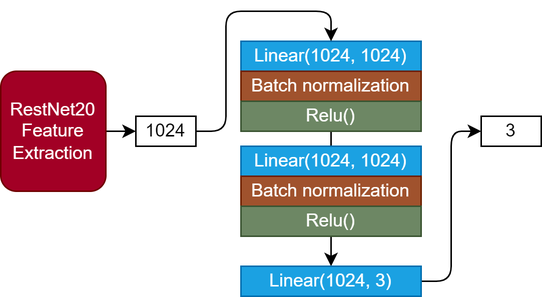
Before: DNN/modelArch/classifier.png, a diagram exported from draw.io (Tsai-chia-hsiang/MLcourseHW). Source tidied: cells renumbered, new cells last; positions are measured from the earlier drawing's top-left corner, leaving out a move shared by most shapes. The source it was exported from:
```xml
<mxGraphModel>
  <root>
    <mxCell id="0" />
    <mxCell id="1" parent="0" />
    <mxCell id="2" value="Linear(1024, 1024)" style="rounded=0;whiteSpace=wrap;html=1;fillColor=#1ba1e2;strokeColor=#006EAF;fontColor=#ffffff;" parent="1" vertex="1">
      <mxGeometry x="160" y="20" width="120" height="20" as="geometry" />
    </mxCell>
    <mxCell id="3" value="Batch normalization" style="rounded=0;whiteSpace=wrap;html=1;fillColor=#a0522d;fontColor=#ffffff;strokeColor=#6D1F00;" parent="1" vertex="1">
      <mxGeometry x="160" y="40" width="120" height="20" as="geometry" />
    </mxCell>
    <mxCell id="4" style="edgeStyle=none;html=1;" parent="1" edge="1" source="5" target="10">
      <mxGeometry relative="1" as="geometry" />
    </mxCell>
    <mxCell id="5" value="Relu()" style="rounded=0;whiteSpace=wrap;html=1;fillColor=#6d8764;fontColor=#ffffff;strokeColor=#3A5431;" parent="1" vertex="1">
      <mxGeometry x="160" y="60" width="120" height="20" as="geometry" />
    </mxCell>
    <mxCell id="6" value="Linear(1024, 1024)" style="rounded=0;whiteSpace=wrap;html=1;fillColor=#1ba1e2;fontColor=#ffffff;strokeColor=#006EAF;" parent="1" vertex="1">
      <mxGeometry x="160" y="90" width="120" height="20" as="geometry" />
    </mxCell>
    <mxCell id="7" value="Batch normalization" style="rounded=0;whiteSpace=wrap;html=1;fillColor=#a0522d;fontColor=#ffffff;strokeColor=#6D1F00;" parent="1" vertex="1">
      <mxGeometry x="160" y="110" width="120" height="20" as="geometry" />
    </mxCell>
    <mxCell id="8" value="Relu()" style="rounded=0;whiteSpace=wrap;html=1;fillColor=#6d8764;fontColor=#ffffff;strokeColor=#3A5431;" parent="1" vertex="1">
      <mxGeometry x="160" y="130" width="120" height="20" as="geometry" />
    </mxCell>
    <mxCell id="9" style="edgeStyle=none;html=1;exitX=1;exitY=0.5;exitDx=0;exitDy=0;entryX=0;entryY=0.5;entryDx=0;entryDy=0;" parent="1" edge="1" source="10" target="11">
      <mxGeometry relative="1" as="geometry">
        <Array as="points">
          <mxPoint x="300" y="180" />
          <mxPoint x="300" y="80" />
        </Array>
      </mxGeometry>
    </mxCell>
    <mxCell id="10" value="Linear(1024, 3)" style="rounded=0;whiteSpace=wrap;html=1;fillColor=#1ba1e2;fontColor=#ffffff;strokeColor=#006EAF;" parent="1" vertex="1">
      <mxGeometry x="160" y="170" width="120" height="20" as="geometry" />
    </mxCell>
    <mxCell id="11" value="3" style="rounded=0;whiteSpace=wrap;html=1;" parent="1" vertex="1">
      <mxGeometry x="320" y="70" width="40" height="20" as="geometry" />
    </mxCell>
    <mxCell id="12" style="edgeStyle=none;html=1;exitX=1;exitY=0.5;exitDx=0;exitDy=0;entryX=0.5;entryY=0;entryDx=0;entryDy=0;strokeColor=default;" parent="1" edge="1" source="13" target="2">
      <mxGeometry relative="1" as="geometry">
        <Array as="points">
          <mxPoint x="150" y="80" />
          <mxPoint x="150" />
          <mxPoint x="220" />
        </Array>
      </mxGeometry>
    </mxCell>
    <mxCell id="13" value="1024" style="rounded=0;whiteSpace=wrap;html=1;" parent="1" vertex="1">
      <mxGeometry x="90" y="70" width="40" height="20" as="geometry" />
    </mxCell>
    <mxCell id="14" style="edgeStyle=none;html=1;exitX=1;exitY=0.5;exitDx=0;exitDy=0;entryX=0;entryY=0.5;entryDx=0;entryDy=0;" parent="1" edge="1" source="15" target="13">
      <mxGeometry relative="1" as="geometry" />
    </mxCell>
    <mxCell id="15" value="RestNet20 &lt;br&gt;Feature Extraction" style="rounded=1;whiteSpace=wrap;html=1;fillColor=#a20025;fontColor=#ffffff;strokeColor=#6F0000;" parent="1" vertex="1">
      <mxGeometry y="40" width="70" height="80" as="geometry" />
    </mxCell>
  </root>
</mxGraphModel>
```
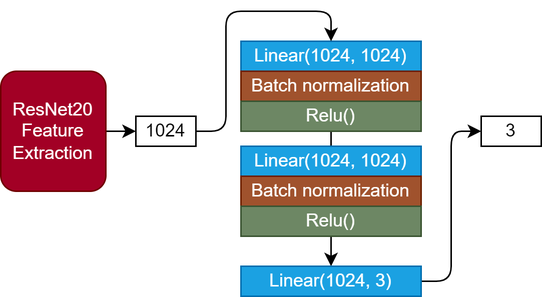
After the change.

The edit, as a diff of the source:
```diff
@@ -52,7 +52,7 @@
     <mxCell id="14" style="edgeStyle=none;html=1;exitX=1;exitY=0.5;exitDx=0;exitDy=0;entryX=0;entryY=0.5;entryDx=0;entryDy=0;" parent="1" edge="1" source="15" target="13">
       <mxGeometry relative="1" as="geometry" />
     </mxCell>
-    <mxCell id="15" value="RestNet20 &lt;br&gt;Feature Extraction" style="rounded=1;whiteSpace=wrap;html=1;fillColor=#a20025;fontColor=#ffffff;strokeColor=#6F0000;" parent="1" vertex="1">
+    <mxCell id="15" value="ResNet20 &lt;br&gt;Feature Extraction" style="rounded=1;whiteSpace=wrap;html=1;fillColor=#a20025;fontColor=#ffffff;strokeColor=#6F0000;" parent="1" vertex="1">
       <mxGeometry y="40" width="70" height="80" as="geometry" />
     </mxCell>
   </root>
```
